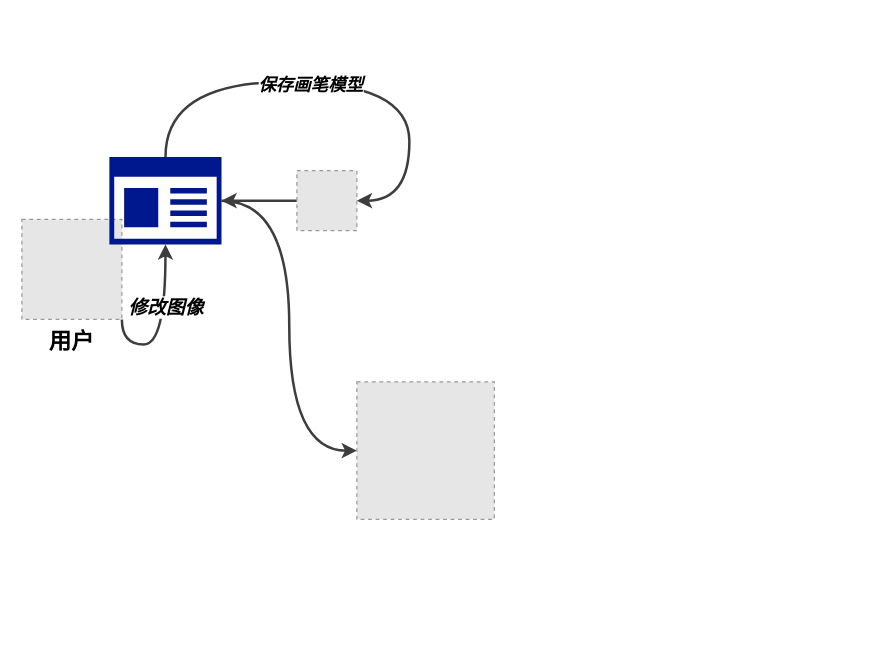
msqtt/Sources keeps this draw.io diagram as map/adjust.drawio. Above is the earlier version. Source tidied: cells renumbered, new cells numbered last; positions are measured from the earlier drawing's top-left corner, leaving out a move shared by most shapes. Both pictures are drawn from the tidied source at 125%, with x=0, y=0 at pixel (21, 81). Pictures stored in the file or linked from it are replaced by grey dashed boxes.
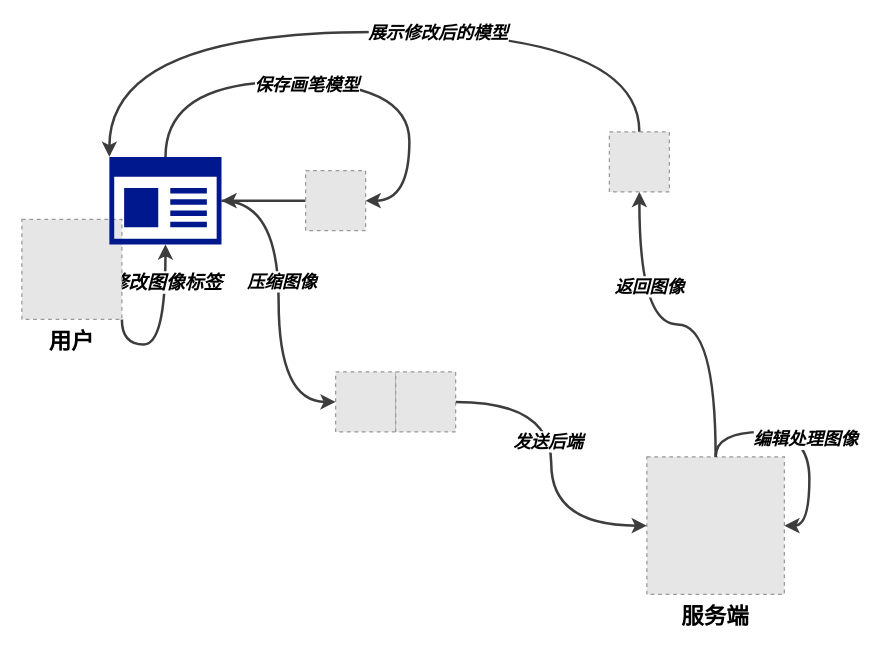
After the change.

The change refers to these unchanged cells:
```xml
<mxCell id="2" style="edgeStyle=orthogonalEdgeStyle;rounded=0;jettySize=auto;html=1;entryX=0.5;entryY=1;entryDx=0;entryDy=0;entryPerimeter=0;curved=1;exitX=1;exitY=1;exitDx=0;exitDy=0;strokeWidth=2;strokeColor=#3D3D3D;" parent="1" edge="1" source="4" target="6">
  <mxGeometry relative="1" as="geometry" />
</mxCell>
<mxCell id="6" style="sketch=0;shadow=0;dashed=0;html=1;strokeColor=none;labelPosition=center;verticalLabelPosition=bottom;verticalAlign=top;align=center;fillColor=#00188D;shape=mxgraph.mscae.enterprise.app_generic;" parent="1" vertex="1">
  <mxGeometry x="70" y="60" width="89.7" height="70" as="geometry" />
</mxCell>
```

Diff of the diagram source:
```diff
@@
-    <mxCell id="3" value="&lt;b&gt;&lt;font size=&quot;1&quot;&gt;&lt;i style=&quot;font-size: 15px;&quot;&gt;修改图像&lt;/i&gt;&lt;/font&gt;&lt;/b&gt;" style="edgeLabel;html=1;align=center;verticalAlign=middle;" parent="2" vertex="1">
+    <mxCell id="3" value="&lt;b&gt;&lt;font size=&quot;1&quot;&gt;&lt;i style=&quot;font-size: 15px;&quot;&gt;修改图像标签&lt;/i&gt;&lt;/font&gt;&lt;/b&gt;" style="edgeLabel;html=1;align=center;verticalAlign=middle;" parent="2" vertex="1">
       <mxGeometry x="0.15" y="4" relative="1" as="geometry">
-        <mxPoint x="4" y="-7" as="offset" />
+        <mxPoint x="4" y="-27" as="offset" />
       </mxGeometry>
     </mxCell>
@@
-    <mxCell id="5" style="edgeStyle=orthogonalEdgeStyle;rounded=0;jettySize=auto;html=1;entryX=0;entryY=0.5;entryDx=0;entryDy=0;curved=1;fontSize=11;strokeWidth=2;strokeColor=#3D3D3D;" parent="1" edge="1" source="6" target="11">
+    <mxCell id="5" style="edgeStyle=orthogonalEdgeStyle;rounded=0;jettySize=auto;html=1;curved=1;fontSize=11;strokeWidth=2;strokeColor=#3D3D3D;entryX=0;entryY=0.5;entryDx=0;entryDy=0;" parent="1" edge="1" source="6" target="16">
       <mxGeometry relative="1" as="geometry" />
     </mxCell>
+    <mxCell id="12" value="&lt;b&gt;&lt;font style=&quot;font-size: 14px;&quot;&gt;&lt;i&gt;压缩图像&lt;/i&gt;&lt;br&gt;&lt;/font&gt;&lt;/b&gt;" style="edgeLabel;html=1;align=center;verticalAlign=middle;" parent="5" vertex="1">
+      <mxGeometry x="-0.13" y="2" relative="1" as="geometry" />
+    </mxCell>
@@
-    <mxCell id="7" style="edgeStyle=orthogonalEdgeStyle;rounded=0;jettySize=auto;html=1;entryX=1;entryY=0.5;entryDx=0;entryDy=0;curved=1;strokeWidth=2;strokeColor=#3D3D3D;" parent="1" edge="1" source="6" target="10">
+    <mxCell id="7" style="edgeStyle=orthogonalEdgeStyle;rounded=0;jettySize=auto;html=1;entryX=1;entryY=0.5;entryDx=0;entryDy=0;curved=1;strokeWidth=2;strokeColor=#3D3D3D;" parent="1" edge="1" source="6" target="15">
       <mxGeometry relative="1" as="geometry">
         <Array as="points">
           <mxPoint x="115" />
           <mxPoint x="310" />
           <mxPoint x="310" y="95" />
         </Array>
       </mxGeometry>
     </mxCell>
@@
-    <mxCell id="9" style="edgeStyle=orthogonalEdgeStyle;rounded=0;jettySize=auto;html=1;entryX=1;entryY=0.5;entryDx=0;entryDy=0;entryPerimeter=0;strokeWidth=2;strokeColor=#3D3D3D;" parent="1" edge="1" source="10" target="6">
+    <mxCell id="9" style="edgeStyle=orthogonalEdgeStyle;rounded=0;jettySize=auto;html=1;entryX=1;entryY=0.5;entryDx=0;entryDy=0;entryPerimeter=0;strokeWidth=2;strokeColor=#3D3D3D;exitX=0;exitY=0.5;exitDx=0;exitDy=0;" parent="1" edge="1" source="15" target="6">
       <mxGeometry relative="1" as="geometry" />
     </mxCell>
-    <mxCell id="10" style="fillColor=#E6E6E6;strokeColor=#999999;dashed=1;verticalLabelPosition=bottom;verticalAlign=top;" parent="1" vertex="1">
-      <mxGeometry x="220" y="71" width="48" height="48" as="geometry" />
-    </mxCell>
+    <mxCell id="13" style="edgeStyle=orthogonalEdgeStyle;rounded=0;jettySize=auto;html=1;entryX=0.5;entryY=1;entryDx=0;entryDy=0;curved=1;strokeWidth=2;strokeColor=#3D3D3D;" parent="1" edge="1" source="11" target="24">
+      <mxGeometry relative="1" as="geometry" />
+    </mxCell>
+    <mxCell id="14" value="&lt;b&gt;&lt;i style=&quot;font-size: 14px;&quot;&gt;返回图像&lt;br&gt;&lt;/i&gt;&lt;/b&gt;" style="edgeLabel;html=1;align=center;verticalAlign=middle;" parent="13" vertex="1">
+      <mxGeometry x="0.45" y="-7" relative="1" as="geometry" />
+    </mxCell>
-    <mxCell id="11" style="fillColor=#E6E6E6;strokeColor=#999999;dashed=1;verticalLabelPosition=bottom;verticalAlign=top;" parent="1" vertex="1">
-      <mxGeometry x="268" y="240" width="110" height="110" as="geometry" />
+    <mxCell id="11" value="服务端" style="fillColor=#E6E6E6;strokeColor=#999999;dashed=1;verticalLabelPosition=bottom;verticalAlign=top;fontStyle=1;fontSize=18;" parent="1" vertex="1">
+      <mxGeometry x="500" y="300" width="110" height="110" as="geometry" />
     </mxCell>
+    <mxCell id="15" style="fillColor=#E6E6E6;strokeColor=#999999;dashed=1;verticalLabelPosition=bottom;verticalAlign=top;" parent="1" vertex="1">
+      <mxGeometry x="227" y="71" width="48" height="48" as="geometry" />
+    </mxCell>
+    <mxCell id="16" style="fillColor=#E6E6E6;strokeColor=#999999;dashed=1;verticalLabelPosition=bottom;verticalAlign=top;" parent="1" vertex="1">
+      <mxGeometry x="251" y="232" width="48" height="48" as="geometry" />
+    </mxCell>
+    <mxCell id="17" style="edgeStyle=orthogonalEdgeStyle;rounded=0;jettySize=auto;html=1;entryX=0;entryY=0.5;entryDx=0;entryDy=0;curved=1;strokeWidth=2;strokeColor=#3D3D3D;" parent="1" edge="1" source="19" target="11">
+      <mxGeometry relative="1" as="geometry" />
+    </mxCell>
+    <mxCell id="18" value="&lt;b&gt;&lt;i&gt;&lt;font style=&quot;font-size: 14px;&quot;&gt;发送后端&lt;/font&gt;&lt;/i&gt;&lt;/b&gt;" style="edgeLabel;html=1;align=center;verticalAlign=middle;" parent="17" vertex="1">
+      <mxGeometry x="-0.14" y="-3" relative="1" as="geometry" />
+    </mxCell>
+    <mxCell id="19" style="fillColor=#E6E6E6;strokeColor=#999999;dashed=1;verticalLabelPosition=bottom;verticalAlign=top;" parent="1" vertex="1">
+      <mxGeometry x="299" y="232" width="48" height="48" as="geometry" />
+    </mxCell>
+    <mxCell id="20" style="edgeStyle=orthogonalEdgeStyle;rounded=0;orthogonalLoop=1;jettySize=auto;html=1;entryX=1;entryY=0.5;entryDx=0;entryDy=0;curved=1;strokeWidth=2;strokeColor=#3D3D3D;" parent="1" edge="1" source="11" target="11">
+      <mxGeometry relative="1" as="geometry" />
+    </mxCell>
+    <mxCell id="21" value="&lt;b&gt;&lt;i style=&quot;font-size: 14px;&quot;&gt;编辑处理图像&lt;br&gt;&lt;/i&gt;&lt;/b&gt;" style="edgeLabel;html=1;align=center;verticalAlign=middle;" parent="20" vertex="1">
+      <mxGeometry x="0.05" y="-4" relative="1" as="geometry" />
+    </mxCell>
+    <mxCell id="22" style="edgeStyle=orthogonalEdgeStyle;rounded=0;jettySize=auto;html=1;entryX=0;entryY=0;entryDx=0;entryDy=0;entryPerimeter=0;curved=1;strokeWidth=2;strokeColor=#3D3D3D;" parent="1" edge="1" source="24" target="6">
+      <mxGeometry relative="1" as="geometry">
+        <Array as="points">
+          <mxPoint x="494" y="-40" />
+          <mxPoint x="70" y="-40" />
+        </Array>
+      </mxGeometry>
+    </mxCell>
+    <mxCell id="23" value="&lt;b&gt;&lt;font style=&quot;font-size: 14px;&quot;&gt;&lt;i&gt;展示修改后的模型&lt;/i&gt;&lt;/font&gt;&lt;/b&gt;" style="edgeLabel;html=1;align=center;verticalAlign=middle;" parent="22" vertex="1">
+      <mxGeometry x="-0.2" relative="1" as="geometry" />
+    </mxCell>
+    <mxCell id="24" style="fillColor=#E6E6E6;strokeColor=#999999;dashed=1;verticalLabelPosition=bottom;verticalAlign=top;" parent="1" vertex="1">
+      <mxGeometry x="470" y="40" width="48" height="48" as="geometry" />
+    </mxCell>
```
